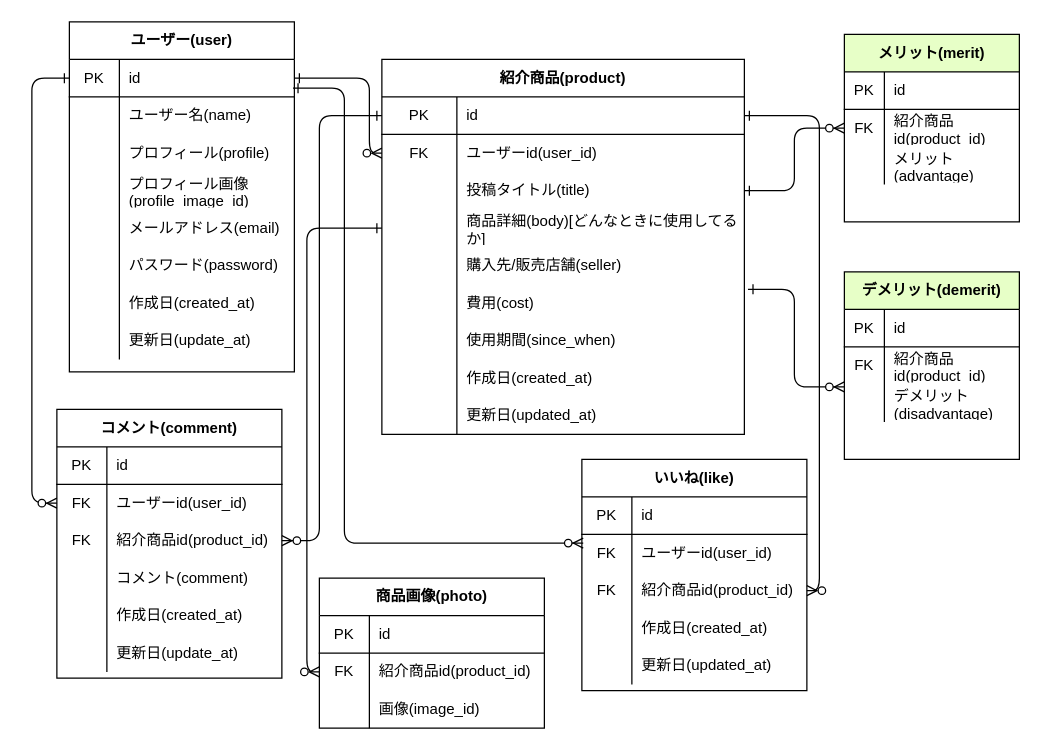
Earlier version of the draw.io diagram 名称未設定ファイル.drawio (couplee/cake). Source tidied: cells renumbered, new cells numbered last; positions are measured from the earlier drawing's top-left corner, leaving out a move shared by most shapes. Both pictures are drawn from the tidied source at 125%, with x=0, y=0 at pixel (31, 21).
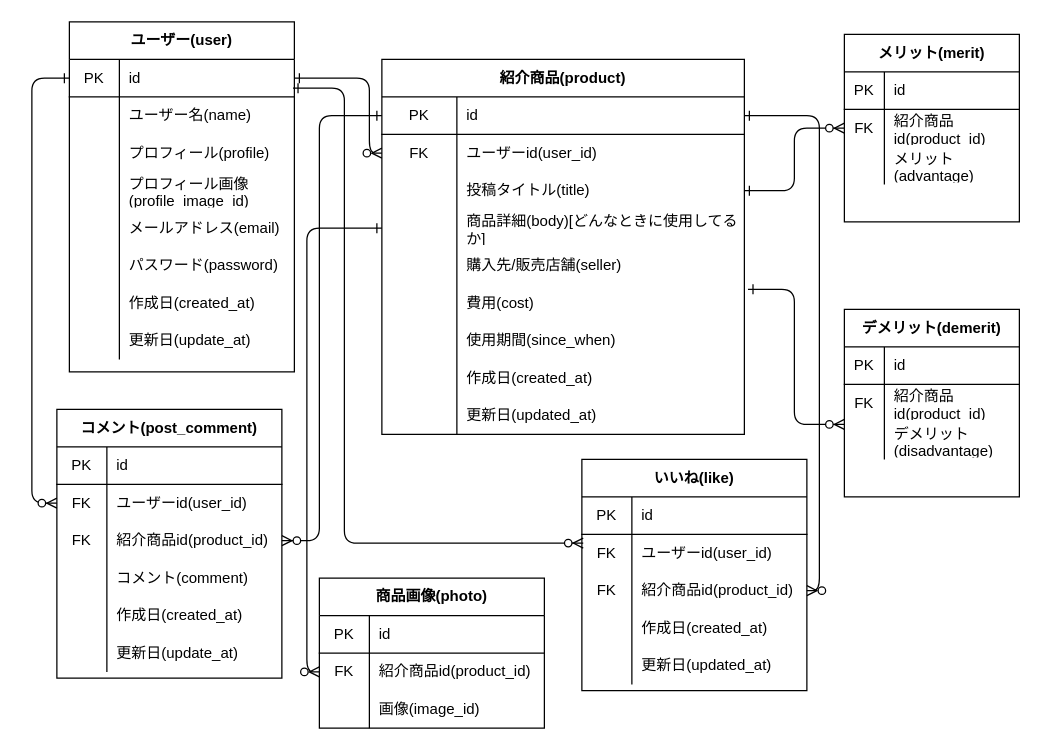
Above is the later version.

Commit message:
名称未設定ファイル.drawio を更新します

The edit, as a diff of the source:
```diff
@@
-    <mxCell id="56" value="コメント(comment)" style="shape=table;html=1;whiteSpace=wrap;startSize=30;childLayout=tableLayout;rowLines=0;fontStyle=1;align=center;" parent="1" vertex="1">
+    <mxCell id="56" value="コメント(post_comment)" style="shape=table;html=1;whiteSpace=wrap;startSize=30;childLayout=tableLayout;rowLines=0;fontStyle=1;align=center;" parent="1" vertex="1">
       <mxGeometry x="20" y="310" width="180" height="215" as="geometry" />
     </mxCell>
@@
-    <mxCell id="106" value="メリット(merit)" style="shape=table;html=1;whiteSpace=wrap;startSize=30;childLayout=tableLayout;rowLines=0;fontStyle=1;align=center;fillColor=#E7FFC7;" parent="1" vertex="1">
+    <mxCell id="106" value="メリット(merit)" style="shape=table;html=1;whiteSpace=wrap;startSize=30;childLayout=tableLayout;rowLines=0;fontStyle=1;align=center;fillColor=none;" parent="1" vertex="1">
       <mxGeometry x="650" y="10" width="140" height="150" as="geometry" />
     </mxCell>
@@
-    <mxCell id="116" value="デメリット(demerit)" style="shape=table;html=1;whiteSpace=wrap;startSize=30;childLayout=tableLayout;rowLines=0;fontStyle=1;align=center;fillColor=#E7FFC7;" parent="1" vertex="1">
-      <mxGeometry x="650" y="200" width="140" height="150" as="geometry" />
+    <mxCell id="116" value="デメリット(demerit)" style="shape=table;html=1;whiteSpace=wrap;startSize=30;childLayout=tableLayout;rowLines=0;fontStyle=1;align=center;fillColor=none;" parent="1" vertex="1">
+      <mxGeometry x="650" y="230" width="140" height="150" as="geometry" />
     </mxCell>
```
